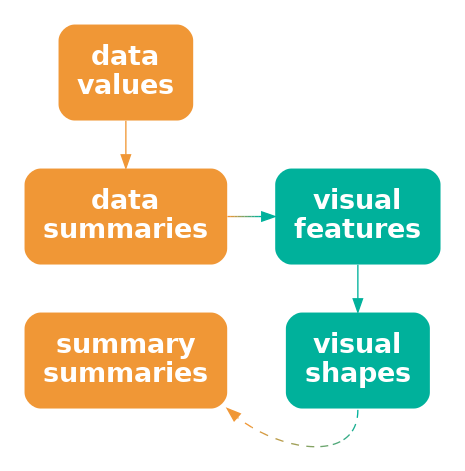
Earlier version of the Graphviz export Diagrams/data-stat-vis-shape-stat.png (pmur002/hdvw). Its source is kept beside it as Diagrams/data-stat-vis-shape-stat.dot.
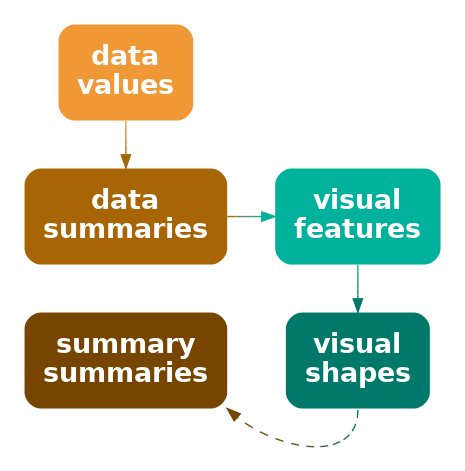
The same file after the commit.

Diff of the diagram source:
```diff
@@ -2,16 +2,16 @@
   graph [ rankdir=LR; margin=.2; nodesep=.5 ];
   node [ fontsize=20; fontname="sans bold"; margin=.2 ];
   data [ label="data\nvalues"; shape=box; style="filled, rounded"; penwidth=0; fontcolor=white; fillcolor="#F09736" ]
-  stat [ label="data\nsummaries"; shape=box; style="filled, rounded"; penwidth=0; fontcolor=white; fillcolor="#F09736" ]
-  stat2 [ label="summary\nsummaries"; shape=box; style="filled, rounded"; penwidth=0; fontcolor=white; fillcolor="#F09736" ]
+  stat [ label="data\nsummaries"; shape=box; style="filled, rounded"; penwidth=0; fontcolor=white; fillcolor="#A86505" ]
+  stat2 [ label="summary\nsummaries"; shape=box; style="filled, rounded"; penwidth=0; fontcolor=white; fillcolor="#764502" ]
   vis [ label="visual\nfeatures"; shape=box;
      style="filled, rounded"; penwidth=0; fontcolor=white; fillcolor="#00B19B" ]
   shape [ label="visual\nshapes"; shape=box;
-       style="filled, rounded"; penwidth=0; fontcolor=white; fillcolor="#00B19B" ]
-  data -> stat [ color="#F09736" ]
-  stat -> vis [ color="#F09736;0.1:#D59A41;0.1:#BB9D4C;0.1:#A0A058;0.1:#85A363;0.1:#6BA56E;0.1:#50A879;0.1:#35AB85;0.1:#1BAE90;0.1:#00B19B;0.1" ]
-  vis -> shape [ color="#00B19B" ]
-  shape:s -> stat2:se [ style="dashed", color="#00B19B;0.1:#1BAE90;0.1:#35AB85;0.1:#50A879;0.1:#6BA56E;0.1:#85A363;0.1:#A0A058;0.1:#BB9D4C;0.1:#D59A41;0.1:#F09736;0.1" ]
+       style="filled, rounded"; penwidth=0; fontcolor=white; fillcolor="#00796A" ]
+  data -> stat [ color="#F09736;0.1:#E89131;0.1:#E08C2B;0.1:#D88626;0.1:#D08120;0.1:#C87B1B;0.1:#C07615;0.1:#B87010;0.1:#B06B0A;0.1:#A86505;0.1" ]
+  stat -> vis [ color="#A86505;0.1:#956D16;0.1:#837626;0.1:#707E37;0.1:#5D8748;0.1:#4B8F58;0.1:#389869;0.1:#25A07A;0.1:#13A98A;0.1:#00B19B;0.1" ]
+  vis -> shape [ color="#00B19B;0.1:#00AB96;0.1:#00A590;0.1:#009E8B;0.1:#009885;0.1:#009280;0.1:#008C7A;0.1:#008575;0.1:#007F6F;0.1:#00796A;0.1" ]
+  shape:s -> stat2:se [ style="dashed", color="#00796A;0.1:#0D735E;0.1:#1A6D53;0.1:#276847;0.1:#34623C;0.1:#425C30;0.1:#4F5625;0.1:#5C5119;0.1:#694B0E;0.1:#764502;0.1" ]
 { rank=same; data, stat }
 { rank=same; data, stat2 }
 { rank=same; vis, shape }
```
